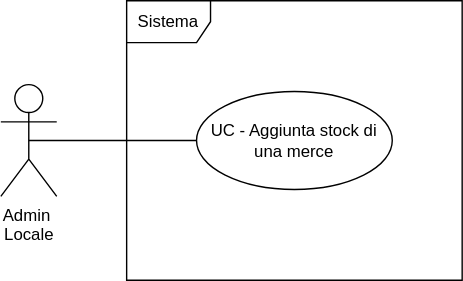
This is assets/diagrams/UC48.svg from alimitedgroup/alimitedgroup.github.io, a draw.io export, as it was before one commit. Source tidied: cells renumbered, new cells last; positions are measured from the earlier drawing's top-left corner, leaving out a move shared by most shapes.
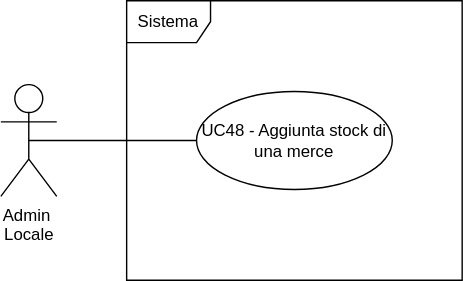
The same diagram one commit later.

What changed in the source:
```diff
@@ -8,7 +8,7 @@
     <mxCell id="3" value="Sistema" style="shape=umlFrame;whiteSpace=wrap;html=1;" parent="1" vertex="1">
       <mxGeometry x="90" width="240" height="200" as="geometry" />
     </mxCell>
-    <mxCell id="4" value="UC - Aggiunta stock di una merce" style="ellipse;whiteSpace=wrap;html=1;" parent="1" vertex="1">
+    <mxCell id="4" value="UC48 - Aggiunta stock di una merce" style="ellipse;whiteSpace=wrap;html=1;" parent="1" vertex="1">
       <mxGeometry x="140" y="65" width="140" height="70" as="geometry" />
     </mxCell>
     <mxCell id="5" style="endArrow=none;html=1;rounded=0;fontSize=12;startSize=8;endSize=8;curved=1;exitX=0.5;exitY=0.5;exitDx=0;exitDy=0;exitPerimeter=0;entryX=0;entryY=0.5;entryDx=0;entryDy=0;" parent="1" edge="1" source="2" target="4">
```
